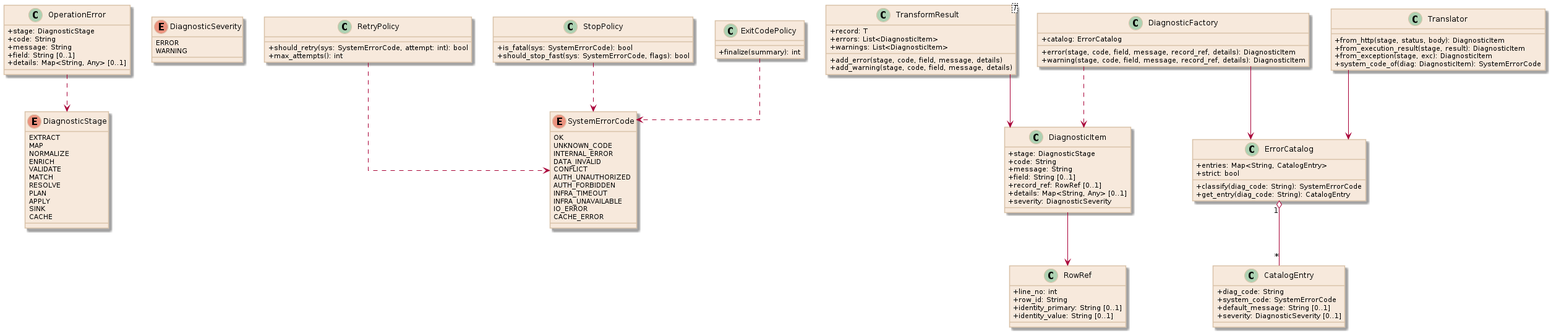
xORex-LC/nexus-etl keeps this PlantUML diagram as docs/uml/pipeline/diagnostic_layer/diagnostic_layer_class.png. Above is the earlier version. Its source is kept beside it as docs/uml/pipeline/diagnostic_layer/diagnostic_layer_class.puml.
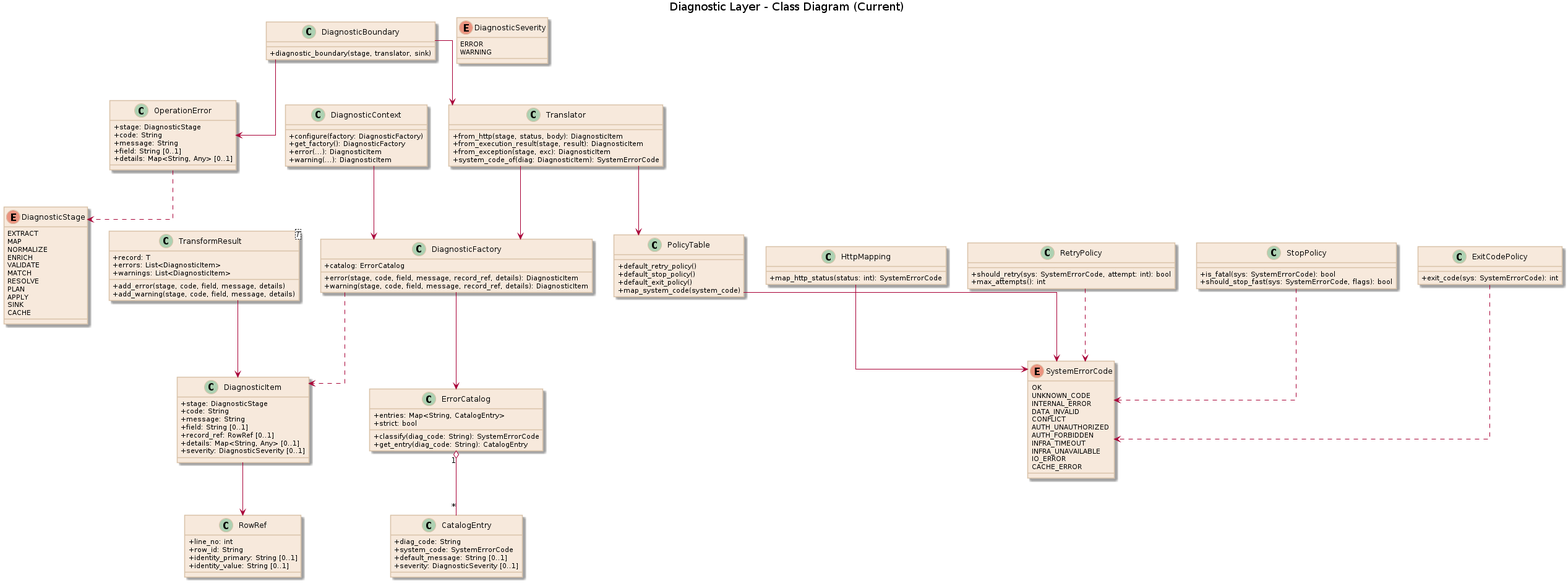
Later version of the same file.

What changed in the source:
```diff
@@ -1,4 +1,5 @@
 @startuml
+title Diagnostic Layer - Class Diagram (Current)
 set namespaceSeparator none
 skinparam classAttributeIconSize 0
 skinparam backgroundColor white
@@ -56,7 +57,7 @@
   +field: String [0..1]
   +record_ref: RowRef [0..1]
   +details: Map<String, Any> [0..1]
-  +severity: DiagnosticSeverity
+  +severity: DiagnosticSeverity [0..1]
 }
 
 class TransformResult<T> {
@@ -87,6 +88,17 @@
   +warning(stage, code, field, message, record_ref, details): DiagnosticItem
 }
 
+class DiagnosticContext {
+  +configure(factory: DiagnosticFactory)
+  +get_factory(): DiagnosticFactory
+  +error(...): DiagnosticItem
+  +warning(...): DiagnosticItem
+}
+
+class DiagnosticBoundary {
+  +diagnostic_boundary(stage, translator, sink)
+}
+
 class OperationError {
   +stage: DiagnosticStage
   +code: String
@@ -102,6 +114,10 @@
   +system_code_of(diag: DiagnosticItem): SystemErrorCode
 }
 
+class HttpMapping {
+  +map_http_status(status: int): SystemErrorCode
+}
+
 class RetryPolicy {
   +should_retry(sys: SystemErrorCode, attempt: int): bool
   +max_attempts(): int
@@ -113,17 +129,29 @@
 }
 
 class ExitCodePolicy {
-  +finalize(summary): int
+  +exit_code(sys: SystemErrorCode): int
+}
+
+class PolicyTable {
+  +default_retry_policy()
+  +default_stop_policy()
+  +default_exit_policy()
+  +map_system_code(system_code)
 }
 
 ErrorCatalog "1" o-- "*" CatalogEntry
 DiagnosticFactory --> ErrorCatalog
-Translator --> ErrorCatalog
+DiagnosticFactory ..> DiagnosticItem
+Translator --> DiagnosticFactory
+Translator --> PolicyTable
+PolicyTable --> SystemErrorCode
+HttpMapping --> SystemErrorCode
+DiagnosticContext --> DiagnosticFactory
+DiagnosticBoundary --> Translator
+DiagnosticBoundary --> OperationError
 TransformResult --> DiagnosticItem
 DiagnosticItem --> RowRef
 OperationError ..> DiagnosticStage
-DiagnosticFactory ..> DiagnosticItem
-
 RetryPolicy ..> SystemErrorCode
 StopPolicy ..> SystemErrorCode
 ExitCodePolicy ..> SystemErrorCode
```
